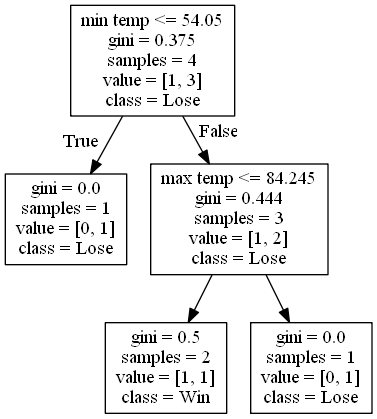
Before: DecisionTrees/Conference USAdecision_tree_no_score_or_attendance5.png, a diagram exported from Graphviz (alexana-steck/CSE482Project). Its source is kept beside it as DecisionTrees/Conference USAdecision_tree_no_score_or_attendance5.dot.
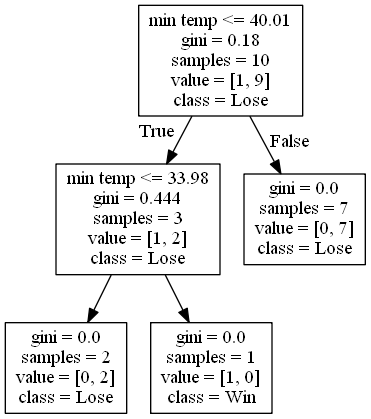
After the change.

Diff of the diagram source:
```diff
@@ -1,12 +1,12 @@
 digraph Tree {
 node [shape=box] ;
-0 [label="min temp <= 54.05\ngini = 0.375\nsamples = 4\nvalue = [1, 3]\nclass = Lose"] ;
-1 [label="gini = 0.0\nsamples = 1\nvalue = [0, 1]\nclass = Lose"] ;
+0 [label="min temp <= 40.01\ngini = 0.18\nsamples = 10\nvalue = [1, 9]\nclass = Lose"] ;
+1 [label="min temp <= 33.98\ngini = 0.444\nsamples = 3\nvalue = [1, 2]\nclass = Lose"] ;
 0 -> 1 [labeldistance=2.5, labelangle=45, headlabel="True"] ;
-2 [label="max temp <= 84.245\ngini = 0.444\nsamples = 3\nvalue = [1, 2]\nclass = Lose"] ;
-0 -> 2 [labeldistance=2.5, labelangle=-45, headlabel="False"] ;
-3 [label="gini = 0.5\nsamples = 2\nvalue = [1, 1]\nclass = Win"] ;
-2 -> 3 ;
-4 [label="gini = 0.0\nsamples = 1\nvalue = [0, 1]\nclass = Lose"] ;
-2 -> 4 ;
+2 [label="gini = 0.0\nsamples = 2\nvalue = [0, 2]\nclass = Lose"] ;
+1 -> 2 ;
+3 [label="gini = 0.0\nsamples = 1\nvalue = [1, 0]\nclass = Win"] ;
+1 -> 3 ;
+4 [label="gini = 0.0\nsamples = 7\nvalue = [0, 7]\nclass = Lose"] ;
+0 -> 4 [labeldistance=2.5, labelangle=-45, headlabel="False"] ;
 }
```
